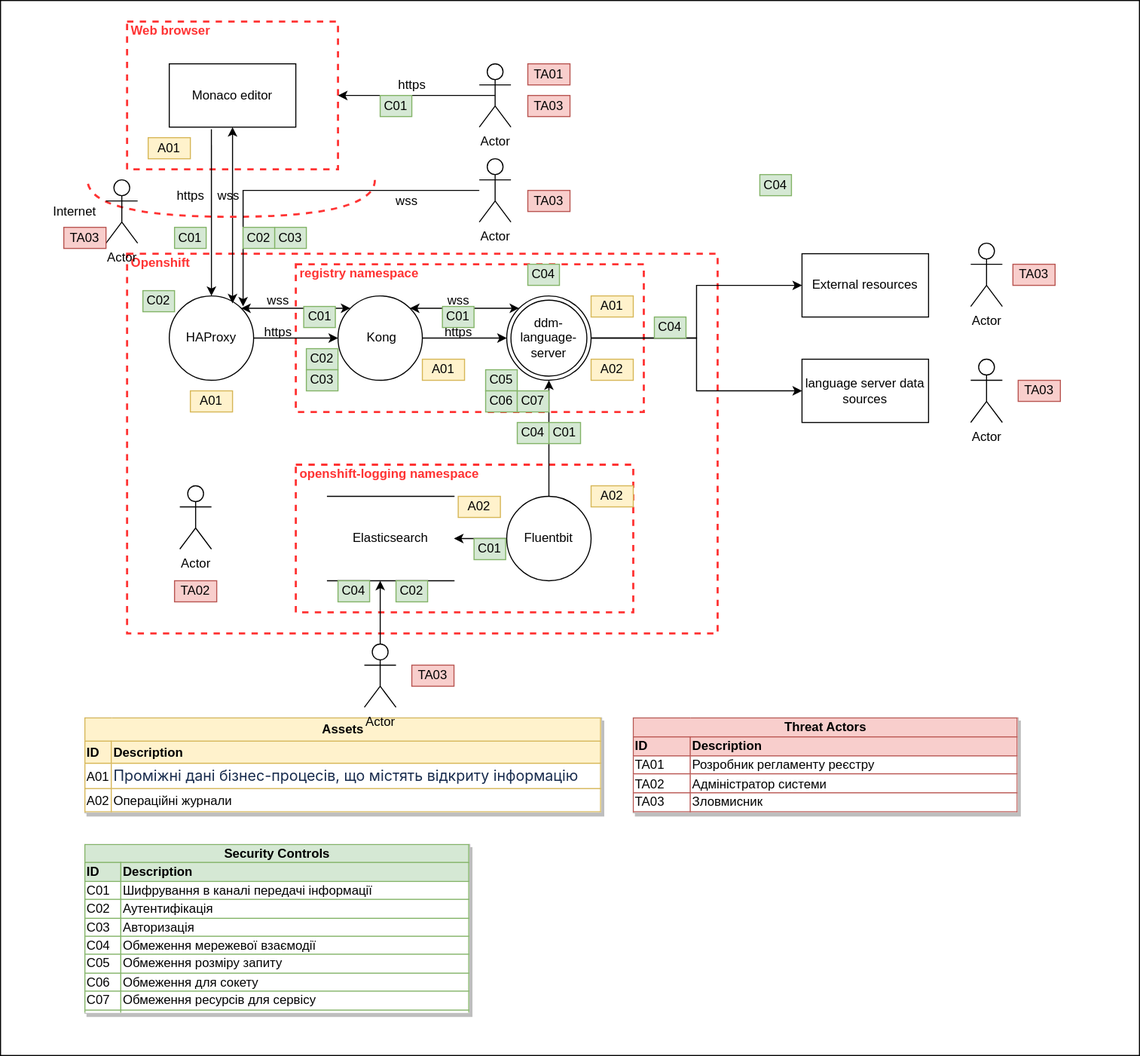
epam/edp-ddm-architecture keeps this draw.io diagram as docs/ua/modules/arch/images/architecture/registry/administrative/regulation-management/bpmnio-groovy-editor/groovy_TM.svg. Above is the earlier version. Source tidied: cells renumbered, new cells last; positions are measured from the earlier drawing's top-left corner, leaving out a move shared by most shapes.
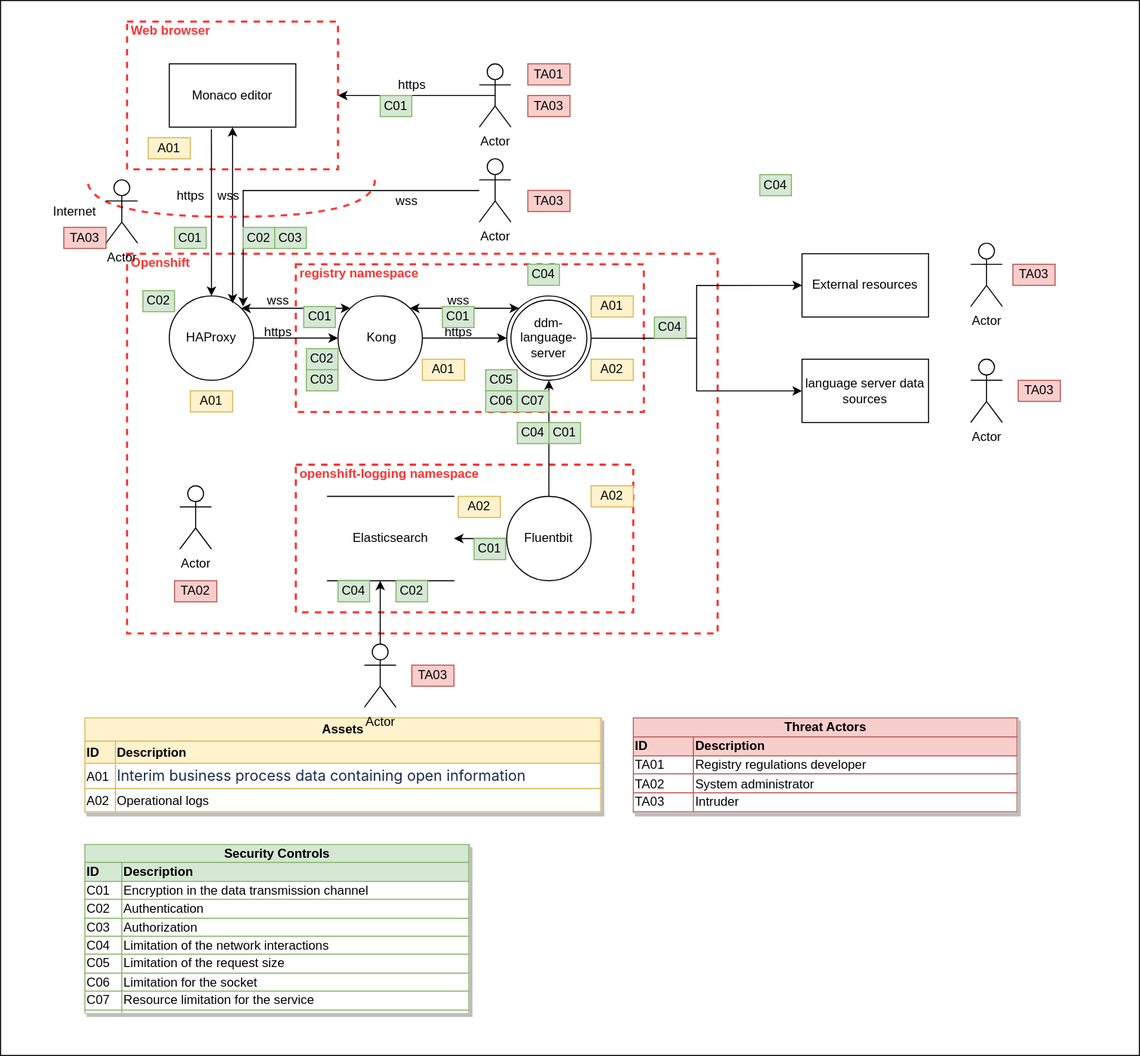
After the change.

Commit message:
[EDP-DDM-27642] Translated bp-script-groovy-editor doc

Change to the diagram source:
```diff
@@ -50,13 +50,13 @@
     <mxCell id="17" style="endArrow=classic;html=1;fontColor=#FF3333;rounded=0;entryX=1;entryY=0.5;entryDx=0;entryDy=0;exitX=0.5;exitY=0.5;exitDx=0;exitDy=0;exitPerimeter=0;" parent="1" edge="1" source="30" target="6">
       <mxGeometry relative="1" as="geometry" />
     </mxCell>
-    <mxCell id="18" value="&lt;table border=&quot;1&quot; width=&quot;100%&quot; style=&quot;width: 100% ; height: 100% ; border-collapse: collapse ; border: 1px solid #d6b656&quot;&gt;&lt;tbody&gt;&lt;tr style=&quot;background-color: #fff2cc ; color: #000000 ; border: 1px solid #d6b656&quot;&gt;&lt;th align=&quot;center&quot; colspan=&quot;2&quot;&gt;Assets&lt;/th&gt;&lt;/tr&gt;&lt;tr style=&quot;background-color: #fff2cc ; color: #000000 ; border: 1px solid #d6b656&quot;&gt;&lt;th align=&quot;left&quot; style=&quot;border: 1px solid #d6b656&quot;&gt;ID&lt;/th&gt;&lt;th align=&quot;left&quot; style=&quot;border: 1px solid #d6b656&quot;&gt;Description&lt;/th&gt;&lt;/tr&gt;&lt;tr&gt;&lt;td style=&quot;border: 1px solid #d6b656&quot;&gt;A01&lt;/td&gt;&lt;td style=&quot;border: 1px solid #d6b656&quot;&gt;&lt;span style=&quot;color: rgb(23, 43, 77); font-family: -apple-system, &amp;quot;system-ui&amp;quot;, &amp;quot;Segoe UI&amp;quot;, Roboto, Oxygen, Ubuntu, &amp;quot;Fira Sans&amp;quot;, &amp;quot;Droid Sans&amp;quot;, &amp;quot;Helvetica Neue&amp;quot;, sans-serif; font-size: 14px;&quot;&gt;Проміжні дані&amp;nbsp;бізнес-процесів, що містять відкриту інформацію&lt;/span&gt;&lt;/td&gt;&lt;/tr&gt;&lt;tr&gt;&lt;td&gt;A02&lt;/td&gt;&lt;td&gt;Операційні журнали&lt;/td&gt;&lt;/tr&gt;&lt;/tbody&gt;&lt;/table&gt;" style="text;html=1;strokeColor=#c0c0c0;fillColor=#ffffff;overflow=fill;rounded=0;shadow=1;labelBackgroundColor=#ffffff;fontColor=#000000;align=left;" parent="1" vertex="1">
+    <mxCell id="18" value="&lt;table border=&quot;1&quot; width=&quot;100%&quot; style=&quot;width: 100% ; height: 100% ; border-collapse: collapse ; border: 1px solid #d6b656&quot;&gt;&lt;tbody&gt;&lt;tr style=&quot;background-color: #fff2cc ; color: #000000 ; border: 1px solid #d6b656&quot;&gt;&lt;th align=&quot;center&quot; colspan=&quot;2&quot;&gt;Assets&lt;/th&gt;&lt;/tr&gt;&lt;tr style=&quot;background-color: #fff2cc ; color: #000000 ; border: 1px solid #d6b656&quot;&gt;&lt;th align=&quot;left&quot; style=&quot;border: 1px solid #d6b656&quot;&gt;ID&lt;/th&gt;&lt;th align=&quot;left&quot; style=&quot;border: 1px solid #d6b656&quot;&gt;Description&lt;/th&gt;&lt;/tr&gt;&lt;tr&gt;&lt;td style=&quot;border: 1px solid #d6b656&quot;&gt;A01&lt;/td&gt;&lt;td style=&quot;border: 1px solid #d6b656&quot;&gt;&lt;span style=&quot;color: rgb(23, 43, 77); font-family: -apple-system, &amp;quot;system-ui&amp;quot;, &amp;quot;Segoe UI&amp;quot;, Roboto, Oxygen, Ubuntu, &amp;quot;Fira Sans&amp;quot;, &amp;quot;Droid Sans&amp;quot;, &amp;quot;Helvetica Neue&amp;quot;, sans-serif; font-size: 14px;&quot;&gt;Interim business process data containing open information&lt;/span&gt;&lt;/td&gt;&lt;/tr&gt;&lt;tr&gt;&lt;td&gt;A02&lt;/td&gt;&lt;td&gt;Operational logs&lt;/td&gt;&lt;/tr&gt;&lt;/tbody&gt;&lt;/table&gt;" style="text;html=1;strokeColor=#c0c0c0;fillColor=#ffffff;overflow=fill;rounded=0;shadow=1;labelBackgroundColor=#ffffff;fontColor=#000000;align=left;" parent="1" vertex="1">
       <mxGeometry x="80" y="680" width="490" height="90" as="geometry" />
     </mxCell>
-    <mxCell id="19" value="&lt;table border=&quot;1&quot; width=&quot;100%&quot; style=&quot;width: 100% ; height: 100% ; border-collapse: collapse ; border: 1px solid #b85450&quot;&gt;&lt;tbody&gt;&lt;tr style=&quot;background-color: #f8cecc ; color: #000000 ; border: 1px solid #b85450&quot;&gt;&lt;th align=&quot;center&quot; colspan=&quot;2&quot;&gt;Threat Actors&lt;/th&gt;&lt;/tr&gt;&lt;tr style=&quot;background-color: #f8cecc ; color: #000000 ; border: 1px solid #b85450&quot;&gt;&lt;th align=&quot;left&quot; style=&quot;border: 1px solid #b85450&quot;&gt;ID&lt;/th&gt;&lt;th align=&quot;left&quot; style=&quot;border: 1px solid #b85450&quot;&gt;Description&lt;/th&gt;&lt;/tr&gt;&lt;tr&gt;&lt;td style=&quot;border: 1px solid #b85450&quot;&gt;TA01&lt;/td&gt;&lt;td style=&quot;border: 1px solid #b85450&quot;&gt;Розробник регламенту реєстру&lt;/td&gt;&lt;/tr&gt;&lt;tr&gt;&lt;td&gt;TA02&lt;/td&gt;&lt;td&gt;Адміністратор системи&lt;/td&gt;&lt;/tr&gt;&lt;tr&gt;&lt;td&gt;TA03&lt;/td&gt;&lt;td&gt;Зловмисник&lt;/td&gt;&lt;/tr&gt;&lt;/tbody&gt;&lt;/table&gt;" style="text;html=1;strokeColor=#c0c0c0;fillColor=#ffffff;overflow=fill;rounded=0;shadow=1;labelBackgroundColor=#ffffff;fontColor=#000000;align=left;" parent="1" vertex="1">
+    <mxCell id="19" value="&lt;table border=&quot;1&quot; width=&quot;100%&quot; style=&quot;width: 100% ; height: 100% ; border-collapse: collapse ; border: 1px solid #b85450&quot;&gt;&lt;tbody&gt;&lt;tr style=&quot;background-color: #f8cecc ; color: #000000 ; border: 1px solid #b85450&quot;&gt;&lt;th align=&quot;center&quot; colspan=&quot;2&quot;&gt;Threat Actors&lt;/th&gt;&lt;/tr&gt;&lt;tr style=&quot;background-color: #f8cecc ; color: #000000 ; border: 1px solid #b85450&quot;&gt;&lt;th align=&quot;left&quot; style=&quot;border: 1px solid #b85450&quot;&gt;ID&lt;/th&gt;&lt;th align=&quot;left&quot; style=&quot;border: 1px solid #b85450&quot;&gt;Description&lt;/th&gt;&lt;/tr&gt;&lt;tr&gt;&lt;td style=&quot;border: 1px solid #b85450&quot;&gt;TA01&lt;/td&gt;&lt;td style=&quot;border: 1px solid #b85450&quot;&gt;Registry regulations developer&lt;/td&gt;&lt;/tr&gt;&lt;tr&gt;&lt;td&gt;TA02&lt;/td&gt;&lt;td&gt;System administrator&lt;/td&gt;&lt;/tr&gt;&lt;tr&gt;&lt;td&gt;TA03&lt;/td&gt;&lt;td&gt;Intruder&lt;/td&gt;&lt;/tr&gt;&lt;/tbody&gt;&lt;/table&gt;" style="text;html=1;strokeColor=#c0c0c0;fillColor=#ffffff;overflow=fill;rounded=0;shadow=1;labelBackgroundColor=#ffffff;fontColor=#000000;align=left;" parent="1" vertex="1">
       <mxGeometry x="600" y="680" width="365" height="90" as="geometry" />
     </mxCell>
-    <mxCell id="20" value="&lt;table border=&quot;1&quot; width=&quot;100%&quot; style=&quot;width: 100% ; height: 100% ; border-collapse: collapse ; border: 1px solid #82b366&quot;&gt;&lt;tbody&gt;&lt;tr style=&quot;background-color: #d5e8d4 ; color: #000000 ; border: 1px solid #82b366&quot;&gt;&lt;th align=&quot;center&quot; colspan=&quot;2&quot;&gt;Security Controls&lt;/th&gt;&lt;/tr&gt;&lt;tr style=&quot;background-color: #d5e8d4 ; color: #000000 ; border: 1px solid #82b366&quot;&gt;&lt;th align=&quot;left&quot; style=&quot;border: 1px solid #82b366&quot;&gt;ID&lt;/th&gt;&lt;th align=&quot;left&quot; style=&quot;border: 1px solid #82b366&quot;&gt;Description&lt;/th&gt;&lt;/tr&gt;&lt;tr&gt;&lt;td style=&quot;border: 1px solid #82b366&quot;&gt;C01&lt;/td&gt;&lt;td style=&quot;border: 1px solid #82b366&quot;&gt;Шифрування в каналі передачі інформації&lt;/td&gt;&lt;/tr&gt;&lt;tr&gt;&lt;td&gt;С02&lt;/td&gt;&lt;td&gt;Аутентифікація&lt;/td&gt;&lt;/tr&gt;&lt;tr&gt;&lt;td&gt;С03&lt;br&gt;&lt;/td&gt;&lt;td&gt;Авторизація&lt;/td&gt;&lt;/tr&gt;&lt;tr&gt;&lt;td&gt;С04&lt;br&gt;&lt;/td&gt;&lt;td&gt;Обмеження мережевої взаємодії&lt;/td&gt;&lt;/tr&gt;&lt;tr&gt;&lt;td&gt;С05&lt;br&gt;&lt;/td&gt;&lt;td&gt;Обмеження розміру запиту&lt;/td&gt;&lt;/tr&gt;&lt;tr&gt;&lt;td&gt;С06&lt;br&gt;&lt;/td&gt;&lt;td&gt;Обмеження для сокету&lt;/td&gt;&lt;/tr&gt;&lt;tr&gt;&lt;td&gt;С07&lt;br&gt;&lt;/td&gt;&lt;td&gt;Обмеження ресурсів для сервісу&lt;/td&gt;&lt;/tr&gt;&lt;tr&gt;&lt;td&gt;&lt;br&gt;&lt;/td&gt;&lt;td&gt;&lt;br&gt;&lt;/td&gt;&lt;/tr&gt;&lt;/tbody&gt;&lt;/table&gt;" style="text;html=1;strokeColor=#c0c0c0;fillColor=#ffffff;overflow=fill;rounded=0;shadow=1;labelBackgroundColor=#ffffff;fontColor=#000000;align=left;" parent="1" vertex="1">
+    <mxCell id="20" value="&lt;table border=&quot;1&quot; width=&quot;100%&quot; style=&quot;width: 100% ; height: 100% ; border-collapse: collapse ; border: 1px solid #82b366&quot;&gt;&lt;tbody&gt;&lt;tr style=&quot;background-color: #d5e8d4 ; color: #000000 ; border: 1px solid #82b366&quot;&gt;&lt;th align=&quot;center&quot; colspan=&quot;2&quot;&gt;Security Controls&lt;/th&gt;&lt;/tr&gt;&lt;tr style=&quot;background-color: #d5e8d4 ; color: #000000 ; border: 1px solid #82b366&quot;&gt;&lt;th align=&quot;left&quot; style=&quot;border: 1px solid #82b366&quot;&gt;ID&lt;/th&gt;&lt;th align=&quot;left&quot; style=&quot;border: 1px solid #82b366&quot;&gt;Description&lt;/th&gt;&lt;/tr&gt;&lt;tr&gt;&lt;td style=&quot;border: 1px solid #82b366&quot;&gt;C01&lt;/td&gt;&lt;td style=&quot;border: 1px solid #82b366&quot;&gt;Encryption in the data transmission channel&lt;/td&gt;&lt;/tr&gt;&lt;tr&gt;&lt;td&gt;С02&lt;/td&gt;&lt;td&gt;Authentication&lt;/td&gt;&lt;/tr&gt;&lt;tr&gt;&lt;td&gt;С03&lt;br&gt;&lt;/td&gt;&lt;td&gt;Authorization&lt;/td&gt;&lt;/tr&gt;&lt;tr&gt;&lt;td&gt;С04&lt;br&gt;&lt;/td&gt;&lt;td&gt;Limitation of the network interactions&lt;/td&gt;&lt;/tr&gt;&lt;tr&gt;&lt;td&gt;С05&lt;br&gt;&lt;/td&gt;&lt;td&gt;Limitation of the request size&lt;/td&gt;&lt;/tr&gt;&lt;tr&gt;&lt;td&gt;С06&lt;br&gt;&lt;/td&gt;&lt;td&gt;Limitation for the socket&lt;/td&gt;&lt;/tr&gt;&lt;tr&gt;&lt;td&gt;С07&lt;br&gt;&lt;/td&gt;&lt;td&gt;Resource limitation for the service&lt;/td&gt;&lt;/tr&gt;&lt;tr&gt;&lt;td&gt;&lt;br&gt;&lt;/td&gt;&lt;td&gt;&lt;br&gt;&lt;/td&gt;&lt;/tr&gt;&lt;/tbody&gt;&lt;/table&gt;" style="text;html=1;strokeColor=#c0c0c0;fillColor=#ffffff;overflow=fill;rounded=0;shadow=1;labelBackgroundColor=#ffffff;fontColor=#000000;align=left;" parent="1" vertex="1">
       <mxGeometry x="80" y="800" width="365" height="160" as="geometry" />
     </mxCell>
     <mxCell id="21" value="Elasticsearch" style="shape=partialRectangle;whiteSpace=wrap;html=1;left=0;right=0;fillColor=none;" parent="1" vertex="1">
```
